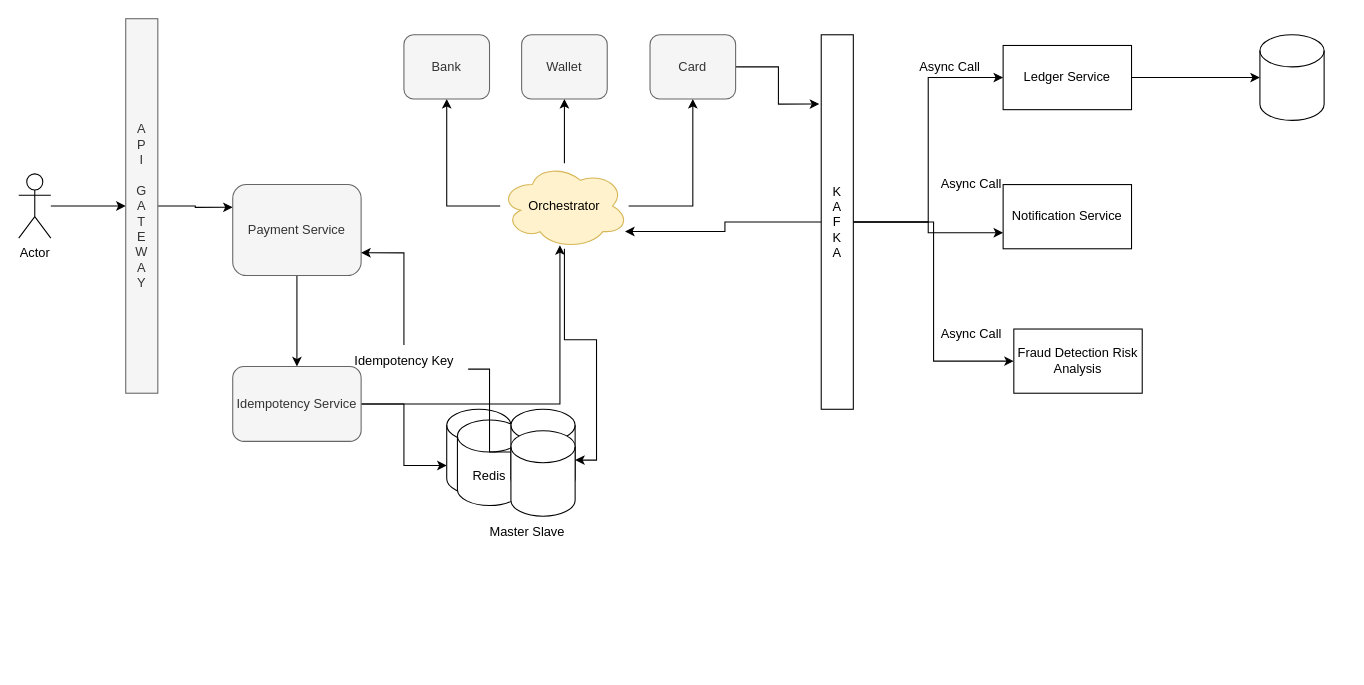
Before: page "Payment System" (6 of 8) of System-Design/SystemDesign.drawio in abbhagat/IntelliJ, a draw.io diagram. Source tidied: cells renumbered, new cells numbered last; positions are measured from the earlier drawing's top-left corner, leaving out a move shared by most shapes. Both pictures are drawn from the tidied source at 107%, with x=0, y=0 at pixel (18, 18).
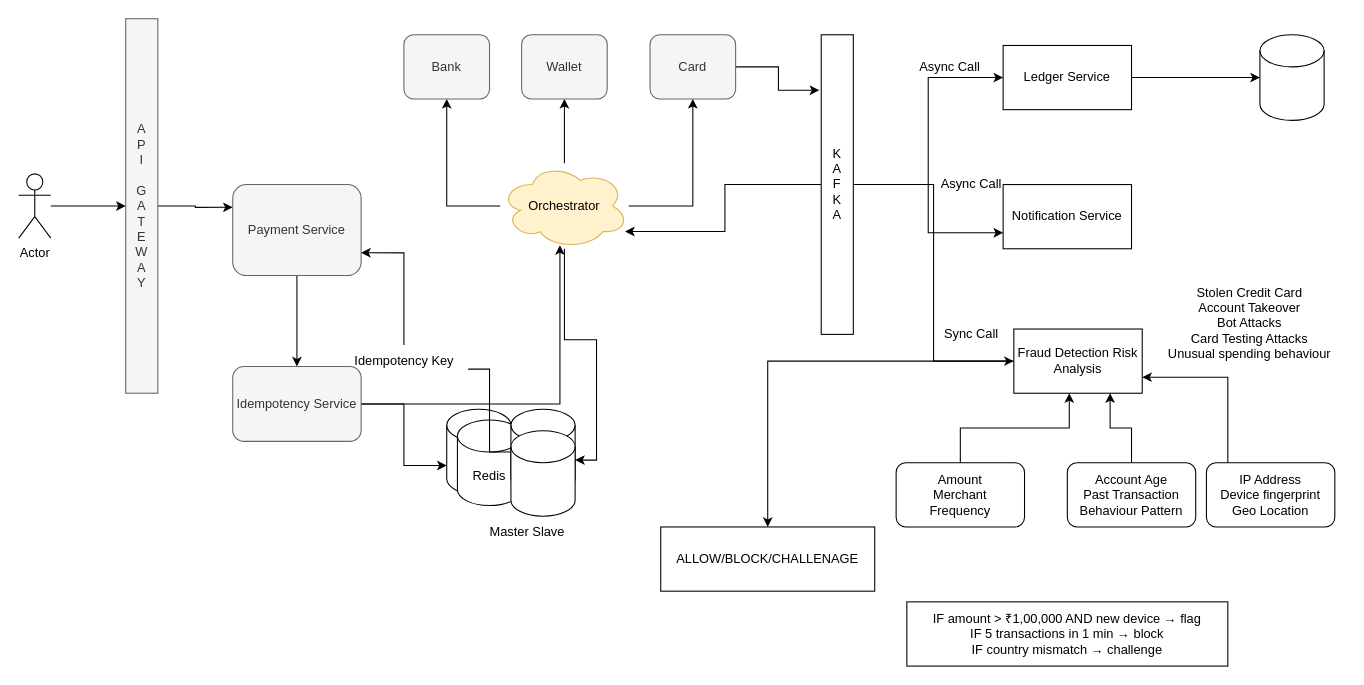
After the change.

Unchanged cells that the change refers to:
```xml
<mxCell id="34" value="Fraud Detection Risk Analysis" style="whiteSpace=wrap;html=1;" parent="1" vertex="1">
  <mxGeometry x="930" y="290" width="120" height="60" as="geometry" />
</mxCell>
```

Change to the diagram source:
```diff
@@
     <mxCell id="30" value="K&lt;br&gt;A&lt;br&gt;F&lt;br&gt;K&lt;br&gt;A" style="rounded=0;whiteSpace=wrap;html=1;direction=south;" parent="1" vertex="1">
-      <mxGeometry x="750" y="15" width="30" height="350" as="geometry" />
+      <mxGeometry x="750" y="15" width="30" height="280" as="geometry" />
     </mxCell>
@@
+    <mxCell id="41" style="edgeStyle=orthogonalEdgeStyle;rounded=0;jettySize=auto;html=1;" parent="1" edge="1" source="34" target="49">
+      <mxGeometry relative="1" as="geometry" />
+    </mxCell>
@@
-    <mxCell id="39" value="Async Call" style="text;html=1;align=center;verticalAlign=middle;strokeColor=none;fillColor=none;" parent="1" vertex="1">
-      <mxGeometry x="850" y="280" width="80" height="30" as="geometry" />
+    <mxCell id="39" value="Sync Call" style="text;html=1;align=center;verticalAlign=middle;strokeColor=none;fillColor=none;" parent="1" vertex="1">
+      <mxGeometry x="855" y="280" width="70" height="30" as="geometry" />
     </mxCell>
@@
+    <mxCell id="42" value="Stolen Credit Card&lt;br&gt;Account Takeover&lt;br&gt;Bot Attacks&lt;br&gt;Card Testing Attacks&lt;br&gt;Unusual spending behaviour&lt;br&gt;" style="text;html=1;align=center;verticalAlign=middle;strokeColor=none;fillColor=none;" parent="1" vertex="1">
+      <mxGeometry x="1060" y="240" width="180" height="90" as="geometry" />
+    </mxCell>
+    <mxCell id="43" style="edgeStyle=orthogonalEdgeStyle;rounded=0;jettySize=auto;html=1;entryX=0.432;entryY=1;entryDx=0;entryDy=0;entryPerimeter=0;" parent="1" edge="1" source="44" target="34">
+      <mxGeometry relative="1" as="geometry" />
+    </mxCell>
+    <mxCell id="44" value="Amount&lt;br&gt;Merchant&lt;br&gt;Frequency" style="rounded=1;whiteSpace=wrap;html=1;" parent="1" vertex="1">
+      <mxGeometry x="820" y="415" width="120" height="60" as="geometry" />
+    </mxCell>
+    <mxCell id="45" style="edgeStyle=orthogonalEdgeStyle;rounded=0;jettySize=auto;html=1;entryX=0.75;entryY=1;entryDx=0;entryDy=0;" parent="1" edge="1" source="46" target="34">
+      <mxGeometry relative="1" as="geometry" />
+    </mxCell>
+    <mxCell id="46" value="Account Age&lt;br&gt;Past Transaction&lt;br&gt;Behaviour Pattern" style="rounded=1;whiteSpace=wrap;html=1;" parent="1" vertex="1">
+      <mxGeometry x="980" y="415" width="120" height="60" as="geometry" />
+    </mxCell>
+    <mxCell id="47" style="edgeStyle=orthogonalEdgeStyle;rounded=0;jettySize=auto;html=1;entryX=1;entryY=0.75;entryDx=0;entryDy=0;" parent="1" edge="1" source="48" target="34">
+      <mxGeometry relative="1" as="geometry">
+        <Array as="points">
+          <mxPoint x="1130" y="335" />
+        </Array>
+      </mxGeometry>
+    </mxCell>
+    <mxCell id="48" value="IP Address&lt;br&gt;Device fingerprint&lt;br&gt;Geo Location" style="rounded=1;whiteSpace=wrap;html=1;" parent="1" vertex="1">
+      <mxGeometry x="1110" y="415" width="120" height="60" as="geometry" />
+    </mxCell>
+    <mxCell id="49" value="ALLOW/BLOCK/CHALLENAGE" style="whiteSpace=wrap;html=1;" parent="1" vertex="1">
+      <mxGeometry x="600" y="475" width="200" height="60" as="geometry" />
+    </mxCell>
+    <mxCell id="50" value="IF amount &amp;gt; ₹1,00,000 AND new device → flag&lt;br&gt;IF 5 transactions in 1 min → block&lt;br&gt;IF country mismatch → challenge" style="whiteSpace=wrap;html=1;" parent="1" vertex="1">
+      <mxGeometry x="830" y="545" width="300" height="60" as="geometry" />
+    </mxCell>
```
